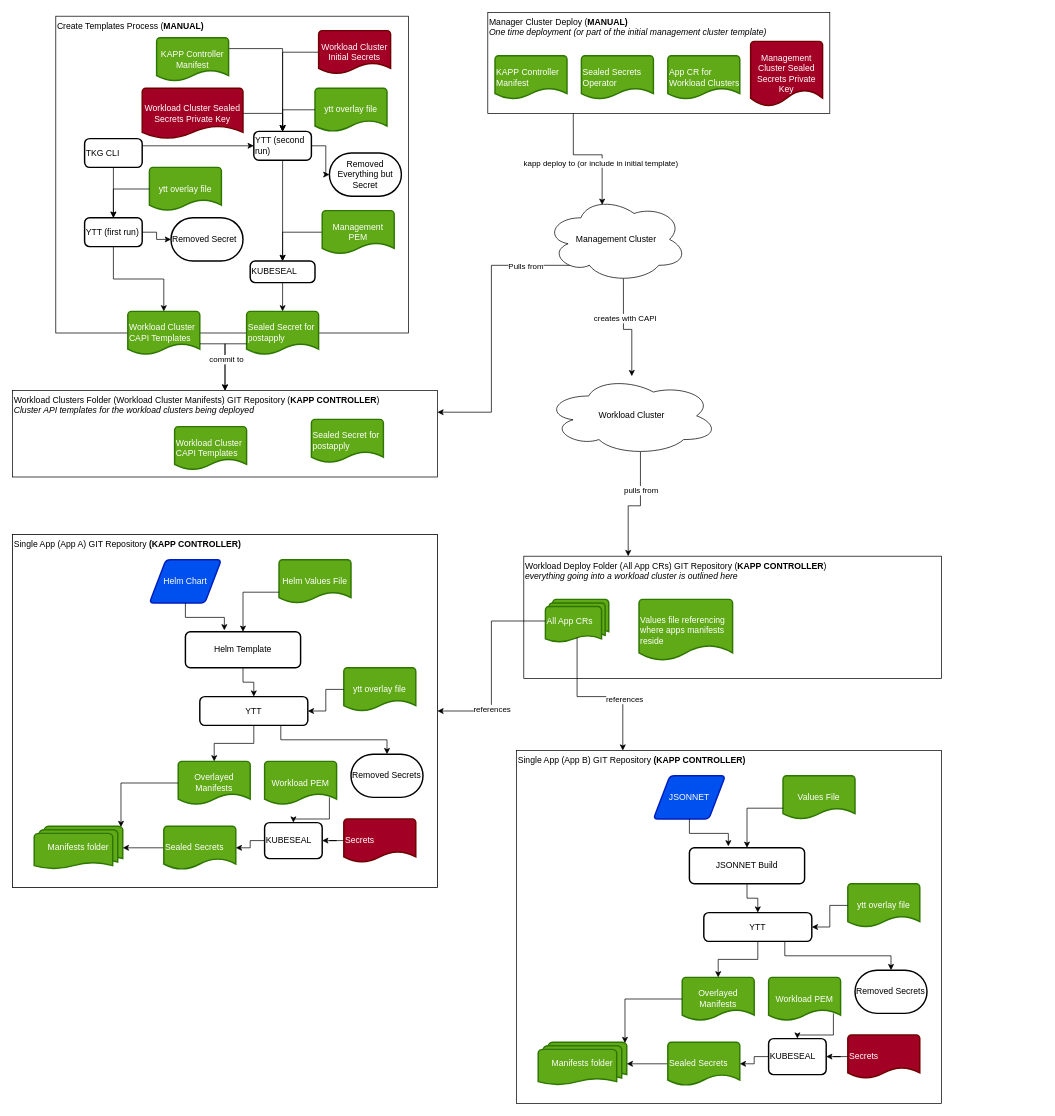
voor/cluster-api-gitops keeps this draw.io diagram as page "Variables Flow" (2 of 2) of gitops.dio. Above is the earlier version. Source tidied: cells renumbered, new cells numbered last; positions are measured from the earlier drawing's top-left corner, leaving out a move shared by most shapes. Both pictures are drawn from the tidied source at 72%, with x=0, y=0 at pixel (12, 12).
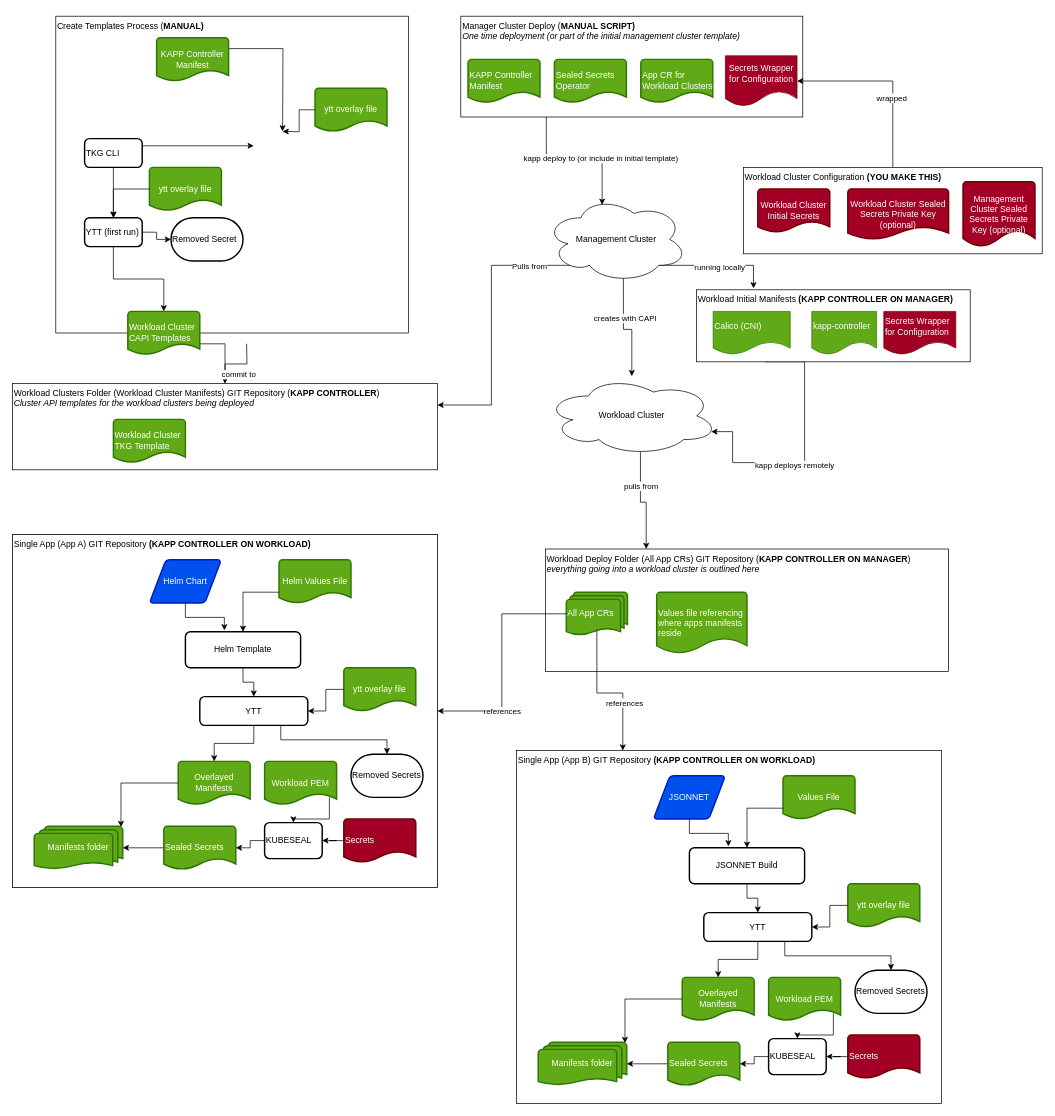
After the change.

Commit message:
Upgrade diagram.

The change refers to these unchanged cells:
```xml
<mxCell id="2" style="group;" parent="1" vertex="1">
  <mxGeometry x="60" y="5" width="490" height="470" as="geometry" />
</mxCell>
<mxCell id="6" value="TKG CLI" style="rounded=1;whiteSpace=wrap;html=1;absoluteArcSize=1;arcSize=14;strokeWidth=2;align=left;" parent="5" vertex="1">
  <mxGeometry width="80" height="40" as="geometry" />
</mxCell>
<mxCell id="21" value="ytt overlay file" style="strokeWidth=2;html=1;shape=mxgraph.flowchart.document2;whiteSpace=wrap;size=0.25;fillColor=#60a917;strokeColor=#2D7600;fontColor=#ffffff;" parent="2" vertex="1">
  <mxGeometry x="360" y="100" width="100" height="60" as="geometry" />
</mxCell>
<mxCell id="27" value="KAPP Controller Manifest" style="strokeWidth=2;html=1;shape=mxgraph.flowchart.document2;whiteSpace=wrap;size=0.25;align=center;fillColor=#60a917;strokeColor=#2D7600;fontColor=#ffffff;" parent="2" vertex="1">
  <mxGeometry x="140" y="30" width="100" height="60" as="geometry" />
</mxCell>
<mxCell id="42" value="Management Cluster" style="ellipse;shape=cloud;whiteSpace=wrap;html=1;align=center;" parent="1" vertex="1">
  <mxGeometry x="740" y="255" width="197" height="120" as="geometry" />
</mxCell>
<mxCell id="47" value="Workload Cluster" style="ellipse;shape=cloud;whiteSpace=wrap;html=1;align=center;" parent="1" vertex="1">
  <mxGeometry x="740" y="505" width="240" height="110" as="geometry" />
</mxCell>
<mxCell id="48" style="group;fillColor=#f5f5f5;strokeColor=#666666;fontColor=#333333;" parent="1" vertex="1">
  <mxGeometry y="725" width="590" height="490" as="geometry" />
</mxCell>
<mxCell id="79" value="Workload Clusters Folder (Workload Cluster Manifests) GIT Repository (&lt;b&gt;KAPP CONTROLLER&lt;/b&gt;)&lt;br&gt;&lt;i&gt;Cluster API templates for the workload clusters being deployed&lt;/i&gt;" style="rounded=0;whiteSpace=wrap;html=1;align=left;verticalAlign=top;" parent="78" vertex="1">
  <mxGeometry width="590" height="120" as="geometry" />
</mxCell>
<mxCell id="84" style="group;" parent="1" vertex="1">
  <mxGeometry x="700" y="1025" width="590" height="490" as="geometry" />
</mxCell>
```

The edit, as a diff of the source:
```diff
@@
+    <mxCell id="113" value="Workload Cluster Configuration &lt;b&gt;(YOU MAKE THIS)&lt;/b&gt;" style="rounded=0;whiteSpace=wrap;html=1;verticalAlign=top;align=left;" parent="1" vertex="1">
+      <mxGeometry x="1015" y="215" width="415" height="120" as="geometry" />
+    </mxCell>
@@
-    <mxCell id="14" value="Sealed Secret for postapply" style="strokeWidth=2;html=1;shape=mxgraph.flowchart.document2;whiteSpace=wrap;size=0.25;align=left;fillColor=#60a917;strokeColor=#2D7600;fontColor=#ffffff;" parent="2" vertex="1">
-      <mxGeometry x="265" y="410" width="100" height="60" as="geometry" />
-    </mxCell>
-    <mxCell id="15" style="edgeStyle=orthogonalEdgeStyle;rounded=0;jettySize=auto;html=1;exitX=0.5;exitY=1;exitDx=0;exitDy=0;" parent="2" edge="1" source="16" target="14">
-      <mxGeometry relative="1" as="geometry" />
-    </mxCell>
-    <mxCell id="16" value="KUBESEAL" style="rounded=1;whiteSpace=wrap;html=1;absoluteArcSize=1;arcSize=14;strokeWidth=2;align=left;" parent="2" vertex="1">
-      <mxGeometry x="270" y="340" width="90" height="30" as="geometry" />
-    </mxCell>
-    <mxCell id="17" style="edgeStyle=orthogonalEdgeStyle;rounded=0;jettySize=auto;html=1;exitX=0.5;exitY=1;exitDx=0;exitDy=0;entryX=0.5;entryY=0;entryDx=0;entryDy=0;" parent="2" edge="1" source="20" target="16">
-      <mxGeometry relative="1" as="geometry" />
-    </mxCell>
-    <mxCell id="18" style="edgeStyle=orthogonalEdgeStyle;rounded=0;jettySize=auto;html=1;" parent="2" edge="1" source="19" target="16">
-      <mxGeometry relative="1" as="geometry" />
-    </mxCell>
-    <mxCell id="19" value="Management PEM" style="strokeWidth=2;html=1;shape=mxgraph.flowchart.document2;whiteSpace=wrap;size=0.25;align=center;fillColor=#60a917;strokeColor=#2D7600;fontColor=#ffffff;" parent="2" vertex="1">
-      <mxGeometry x="370" y="270" width="100" height="60" as="geometry" />
-    </mxCell>
-    <mxCell id="20" value="YTT (second run)" style="rounded=1;whiteSpace=wrap;html=1;absoluteArcSize=1;arcSize=14;strokeWidth=2;align=left;" parent="2" vertex="1">
-      <mxGeometry x="275" y="160" width="80" height="40" as="geometry" />
-    </mxCell>
@@
-    <mxCell id="22" value="Removed Everything but Secret" style="strokeWidth=2;html=1;shape=mxgraph.flowchart.terminator;whiteSpace=wrap;align=center;" parent="2" vertex="1">
-      <mxGeometry x="380" y="190" width="100" height="60" as="geometry" />
-    </mxCell>
-    <mxCell id="23" style="edgeStyle=orthogonalEdgeStyle;rounded=0;jettySize=auto;html=1;exitX=1;exitY=0.25;exitDx=0;exitDy=0;" parent="2" edge="1" source="6" target="20">
-      <mxGeometry relative="1" as="geometry" />
+    <mxCell id="23" style="edgeStyle=orthogonalEdgeStyle;rounded=0;jettySize=auto;html=1;exitX=1;exitY=0.25;exitDx=0;exitDy=0;" parent="2" edge="1" source="6">
+      <mxGeometry relative="1" as="geometry">
+        <mxPoint x="275" y="180" as="targetPoint" />
+      </mxGeometry>
     </mxCell>
-    <mxCell id="24" style="edgeStyle=orthogonalEdgeStyle;rounded=0;jettySize=auto;html=1;entryX=0.5;entryY=0;entryDx=0;entryDy=0;" parent="2" edge="1" source="21" target="20">
-      <mxGeometry relative="1" as="geometry" />
+    <mxCell id="24" style="edgeStyle=orthogonalEdgeStyle;rounded=0;jettySize=auto;html=1;entryX=0.5;entryY=0;entryDx=0;entryDy=0;" parent="2" edge="1" source="21">
+      <mxGeometry relative="1" as="geometry">
+        <mxPoint x="315" y="160" as="targetPoint" />
+      </mxGeometry>
     </mxCell>
-    <mxCell id="25" style="edgeStyle=orthogonalEdgeStyle;rounded=0;jettySize=auto;html=1;" parent="2" edge="1" source="20" target="22">
-      <mxGeometry relative="1" as="geometry" />
-    </mxCell>
-    <mxCell id="26" style="edgeStyle=orthogonalEdgeStyle;rounded=0;jettySize=auto;html=1;exitX=1;exitY=0.25;exitDx=0;exitDy=0;exitPerimeter=0;entryX=0.5;entryY=0;entryDx=0;entryDy=0;" parent="2" edge="1" source="27" target="20">
-      <mxGeometry relative="1" as="geometry" />
+    <mxCell id="26" style="edgeStyle=orthogonalEdgeStyle;rounded=0;jettySize=auto;html=1;exitX=1;exitY=0.25;exitDx=0;exitDy=0;exitPerimeter=0;entryX=0.5;entryY=0;entryDx=0;entryDy=0;" parent="2" edge="1" source="27">
+      <mxGeometry relative="1" as="geometry">
+        <mxPoint x="315" y="160" as="targetPoint" />
+      </mxGeometry>
     </mxCell>
@@
-    <mxCell id="28" style="edgeStyle=orthogonalEdgeStyle;rounded=0;jettySize=auto;html=1;exitX=1;exitY=0.5;exitDx=0;exitDy=0;exitPerimeter=0;entryX=0.5;entryY=0;entryDx=0;entryDy=0;" parent="2" edge="1" source="29" target="20">
-      <mxGeometry relative="1" as="geometry" />
-    </mxCell>
-    <mxCell id="29" value="Workload Cluster Sealed Secrets Private Key" style="strokeWidth=2;html=1;shape=mxgraph.flowchart.document2;whiteSpace=wrap;size=0.25;align=center;fillColor=#a20025;strokeColor=#6F0000;fontColor=#ffffff;" parent="2" vertex="1">
-      <mxGeometry x="120" y="100" width="140" height="70" as="geometry" />
-    </mxCell>
-    <mxCell id="30" style="edgeStyle=orthogonalEdgeStyle;rounded=0;jettySize=auto;html=1;exitX=0;exitY=0.5;exitDx=0;exitDy=0;exitPerimeter=0;entryX=0.5;entryY=0;entryDx=0;entryDy=0;" parent="2" edge="1" source="31" target="20">
-      <mxGeometry relative="1" as="geometry" />
-    </mxCell>
-    <mxCell id="31" value="Workload Cluster Initial Secrets" style="strokeWidth=2;html=1;shape=mxgraph.flowchart.document2;whiteSpace=wrap;size=0.25;align=center;fillColor=#a20025;strokeColor=#6F0000;fontColor=#ffffff;" parent="2" vertex="1">
-      <mxGeometry x="365" y="20" width="100" height="60" as="geometry" />
-    </mxCell>
     <mxCell id="32" style="group;" parent="1" vertex="1">
-      <mxGeometry x="660" width="475" height="140" as="geometry" />
+      <mxGeometry x="622.5" y="5" width="475" height="140" as="geometry" />
     </mxCell>
-    <mxCell id="33" value="Manager Cluster Deploy (&lt;b&gt;MANUAL)&lt;/b&gt;&lt;br&gt;&lt;i&gt;One time deployment (or part of the initial management cluster template)&lt;/i&gt;" style="rounded=0;whiteSpace=wrap;html=1;align=left;verticalAlign=top;" parent="32" vertex="1">
+    <mxCell id="33" value="Manager Cluster Deploy (&lt;b&gt;MANUAL SCRIPT)&lt;/b&gt;&lt;br&gt;&lt;i&gt;One time deployment (or part of the initial management cluster template)&lt;/i&gt;" style="rounded=0;whiteSpace=wrap;html=1;align=left;verticalAlign=top;" parent="32" vertex="1">
       <mxGeometry width="475" height="140" as="geometry" />
     </mxCell>
@@
-    <mxCell id="37" value="Management Cluster Sealed Secrets Private Key" style="strokeWidth=2;html=1;shape=mxgraph.flowchart.document2;whiteSpace=wrap;size=0.25;align=center;fillColor=#a20025;strokeColor=#6F0000;fontColor=#ffffff;" parent="32" vertex="1">
-      <mxGeometry x="365" y="40" width="100" height="90" as="geometry" />
-    </mxCell>
+    <mxCell id="114" value="Secrets Wrapper for Configuration" style="shape=document;whiteSpace=wrap;html=1;boundedLbl=1;fillColor=#a20025;strokeColor=#6F0000;fontColor=#ffffff;" parent="32" vertex="1">
+      <mxGeometry x="367.5" y="55" width="99.5" height="70" as="geometry" />
+    </mxCell>
@@
+    <mxCell id="115" style="edgeStyle=orthogonalEdgeStyle;rounded=0;jettySize=auto;html=1;exitX=0.8;exitY=0.8;exitDx=0;exitDy=0;exitPerimeter=0;entryX=0.208;entryY=-0.02;entryDx=0;entryDy=0;entryPerimeter=0;" parent="1" edge="1" source="42" target="121">
+      <mxGeometry relative="1" as="geometry" />
+    </mxCell>
+    <mxCell id="116" value="running locally" style="edgeLabel;html=1;align=center;verticalAlign=middle;" parent="115" vertex="1">
+      <mxGeometry x="0.03" y="-2" relative="1" as="geometry" />
+    </mxCell>
@@
-    <mxCell id="49" value="Single App (App A) GIT Repository&lt;b&gt; (KAPP CONTROLLER)&lt;/b&gt;" style="rounded=0;whiteSpace=wrap;html=1;verticalAlign=top;align=left;" parent="48" vertex="1">
+    <mxCell id="49" value="Single App (App A) GIT Repository&lt;b&gt; (KAPP CONTROLLER ON WORKLOAD)&lt;/b&gt;" style="rounded=0;whiteSpace=wrap;html=1;verticalAlign=top;align=left;" parent="48" vertex="1">
       <mxGeometry width="590" height="490" as="geometry" />
     </mxCell>
@@
     <mxCell id="73" style="group;" parent="1" vertex="1">
-      <mxGeometry x="710" y="755" width="580" height="170" as="geometry" />
+      <mxGeometry x="740" y="745" width="560" height="170" as="geometry" />
     </mxCell>
-    <mxCell id="74" value="Workload Deploy Folder (All App CRs) GIT Repository (&lt;b&gt;KAPP CONTROLLER&lt;/b&gt;)&lt;br&gt;&lt;i&gt;everything going into a workload cluster is outlined here&lt;/i&gt;" style="rounded=0;whiteSpace=wrap;html=1;align=left;verticalAlign=top;" parent="73" vertex="1">
-      <mxGeometry width="580" height="170" as="geometry" />
+    <mxCell id="74" value="Workload Deploy Folder (All App CRs) GIT Repository (&lt;b&gt;KAPP CONTROLLER ON MANAGER&lt;/b&gt;)&lt;br&gt;&lt;i&gt;everything going into a workload cluster is outlined here&lt;/i&gt;" style="rounded=0;whiteSpace=wrap;html=1;align=left;verticalAlign=top;" parent="73" vertex="1">
+      <mxGeometry width="560" height="170" as="geometry" />
     </mxCell>
     <mxCell id="75" value="Values file referencing where apps manifests reside" style="strokeWidth=2;html=1;shape=mxgraph.flowchart.document2;whiteSpace=wrap;size=0.25;align=left;fillColor=#60a917;strokeColor=#2D7600;fontColor=#ffffff;" parent="73" vertex="1">
-      <mxGeometry x="160" y="60" width="130" height="85" as="geometry" />
+      <mxGeometry x="154.5" y="60" width="125.5" height="85" as="geometry" />
     </mxCell>
     <mxCell id="76" value="All App CRs" style="strokeWidth=2;html=1;shape=mxgraph.flowchart.multi-document;whiteSpace=wrap;align=left;fillColor=#60a917;strokeColor=#2D7600;fontColor=#ffffff;" parent="73" vertex="1">
-      <mxGeometry x="30" y="60" width="88" height="60" as="geometry" />
+      <mxGeometry x="29" y="60" width="85" height="60" as="geometry" />
     </mxCell>
-    <mxCell id="77" style="edgeStyle=orthogonalEdgeStyle;rounded=0;jettySize=auto;html=1;exitX=0;exitY=0.75;exitDx=0;exitDy=0;exitPerimeter=0;" parent="1" edge="1" source="14" target="79">
-      <mxGeometry relative="1" as="geometry" />
+    <mxCell id="77" style="edgeStyle=orthogonalEdgeStyle;rounded=0;jettySize=auto;html=1;exitX=0;exitY=0.75;exitDx=0;exitDy=0;exitPerimeter=0;" parent="1" edge="1" target="79">
+      <mxGeometry relative="1" as="geometry">
+        <mxPoint x="325" y="460" as="sourcePoint" />
+      </mxGeometry>
     </mxCell>
     <mxCell id="78" style="group;" parent="1" vertex="1">
-      <mxGeometry y="525" width="590" height="120" as="geometry" />
+      <mxGeometry y="515" width="590" height="120" as="geometry" />
     </mxCell>
@@
-    <mxCell id="80" value="Workload Cluster CAPI Templates" style="strokeWidth=2;html=1;shape=mxgraph.flowchart.document2;whiteSpace=wrap;size=0.25;align=left;fillColor=#60a917;strokeColor=#2D7600;fontColor=#ffffff;" parent="78" vertex="1">
-      <mxGeometry x="225" y="50" width="100" height="60" as="geometry" />
+    <mxCell id="80" value="Workload Cluster TKG Template" style="strokeWidth=2;html=1;shape=mxgraph.flowchart.document2;whiteSpace=wrap;size=0.25;align=left;fillColor=#60a917;strokeColor=#2D7600;fontColor=#ffffff;" parent="78" vertex="1">
+      <mxGeometry x="140" y="50" width="100" height="60" as="geometry" />
     </mxCell>
-    <mxCell id="81" value="Sealed Secret for postapply" style="strokeWidth=2;html=1;shape=mxgraph.flowchart.document2;whiteSpace=wrap;size=0.25;align=left;fillColor=#60a917;strokeColor=#2D7600;fontColor=#ffffff;" parent="78" vertex="1">
-      <mxGeometry x="415" y="40" width="100" height="60" as="geometry" />
-    </mxCell>
@@
-    <mxCell id="85" value="Single App (App B) GIT Repository&lt;b&gt; (KAPP CONTROLLER)&lt;/b&gt;" style="rounded=0;whiteSpace=wrap;html=1;verticalAlign=top;align=left;" parent="84" vertex="1">
+    <mxCell id="85" value="Single App (App B) GIT Repository&lt;b&gt; (KAPP CONTROLLER ON WORKLOAD)&lt;/b&gt;" style="rounded=0;whiteSpace=wrap;html=1;verticalAlign=top;align=left;" parent="84" vertex="1">
       <mxGeometry width="590" height="490" as="geometry" />
     </mxCell>
@@
+    <mxCell id="31" value="Workload Cluster Initial Secrets" style="strokeWidth=2;html=1;shape=mxgraph.flowchart.document2;whiteSpace=wrap;size=0.25;align=center;fillColor=#a20025;strokeColor=#6F0000;fontColor=#ffffff;" parent="1" vertex="1">
+      <mxGeometry x="1035" y="245" width="100" height="60" as="geometry" />
+    </mxCell>
+    <mxCell id="29" value="Workload Cluster Sealed Secrets Private Key (optional)" style="strokeWidth=2;html=1;shape=mxgraph.flowchart.document2;whiteSpace=wrap;size=0.25;align=center;fillColor=#a20025;strokeColor=#6F0000;fontColor=#ffffff;" parent="1" vertex="1">
+      <mxGeometry x="1160" y="245" width="140" height="70" as="geometry" />
+    </mxCell>
+    <mxCell id="37" value="Management Cluster Sealed Secrets Private Key (optional)" style="strokeWidth=2;html=1;shape=mxgraph.flowchart.document2;whiteSpace=wrap;size=0.25;align=center;fillColor=#a20025;strokeColor=#6F0000;fontColor=#ffffff;" parent="1" vertex="1">
+      <mxGeometry x="1320" y="235" width="100" height="90" as="geometry" />
+    </mxCell>
+    <mxCell id="117" style="edgeStyle=orthogonalEdgeStyle;rounded=0;jettySize=auto;html=1;exitX=0.5;exitY=0;exitDx=0;exitDy=0;entryX=1;entryY=0.5;entryDx=0;entryDy=0;" parent="1" edge="1" source="113" target="114">
+      <mxGeometry relative="1" as="geometry" />
+    </mxCell>
+    <mxCell id="118" value="wrapped" style="edgeLabel;html=1;align=center;verticalAlign=middle;" parent="117" vertex="1">
+      <mxGeometry x="-0.23" y="3" relative="1" as="geometry">
+        <mxPoint x="1" as="offset" />
+      </mxGeometry>
+    </mxCell>
+    <mxCell id="119" style="edgeStyle=orthogonalEdgeStyle;rounded=0;jettySize=auto;html=1;exitX=0.25;exitY=1;exitDx=0;exitDy=0;entryX=0.96;entryY=0.7;entryDx=0;entryDy=0;entryPerimeter=0;" parent="1" edge="1" source="121" target="47">
+      <mxGeometry relative="1" as="geometry">
+        <Array as="points">
+          <mxPoint x="1100" y="485" />
+          <mxPoint x="1100" y="625" />
+          <mxPoint x="1000" y="625" />
+          <mxPoint x="1000" y="582" />
+        </Array>
+      </mxGeometry>
+    </mxCell>
+    <mxCell id="120" value="kapp deploys remotely" style="edgeLabel;html=1;align=center;verticalAlign=middle;" parent="119" vertex="1">
+      <mxGeometry x="0.14" y="3" relative="1" as="geometry" />
+    </mxCell>
+    <mxCell id="121" value="Workload Initial Manifests &lt;b&gt;(KAPP CONTROLLER ON MANAGER)&lt;/b&gt;" style="rounded=0;whiteSpace=wrap;html=1;verticalAlign=top;align=left;" parent="1" vertex="1">
+      <mxGeometry x="950" y="385" width="380" height="100" as="geometry" />
+    </mxCell>
+    <mxCell id="122" value="Calico (CNI)" style="shape=document;whiteSpace=wrap;html=1;boundedLbl=1;align=left;fillColor=#60a917;strokeColor=#2D7600;fontColor=#ffffff;" parent="1" vertex="1">
+      <mxGeometry x="973" y="415" width="107" height="60" as="geometry" />
+    </mxCell>
+    <mxCell id="123" value="kapp-controller" style="shape=document;whiteSpace=wrap;html=1;boundedLbl=1;align=left;fillColor=#60a917;strokeColor=#2D7600;fontColor=#ffffff;" parent="1" vertex="1">
+      <mxGeometry x="1110" y="415" width="90" height="60" as="geometry" />
+    </mxCell>
+    <mxCell id="124" value="&lt;span style=&quot;color: rgb(255, 255, 255); font-family: helvetica; font-size: 12px; font-style: normal; font-weight: 400; letter-spacing: normal; text-align: center; text-indent: 0px; text-transform: none; word-spacing: 0px; float: none; display: inline;&quot;&gt;Secrets Wrapper for Configuration&lt;/span&gt;" style="shape=document;whiteSpace=wrap;html=1;boundedLbl=1;align=left;fillColor=#a20025;strokeColor=#6F0000;fontColor=#ffffff;labelBackgroundColor=none;" parent="1" vertex="1">
+      <mxGeometry x="1210" y="415" width="100" height="60" as="geometry" />
+    </mxCell>
```
